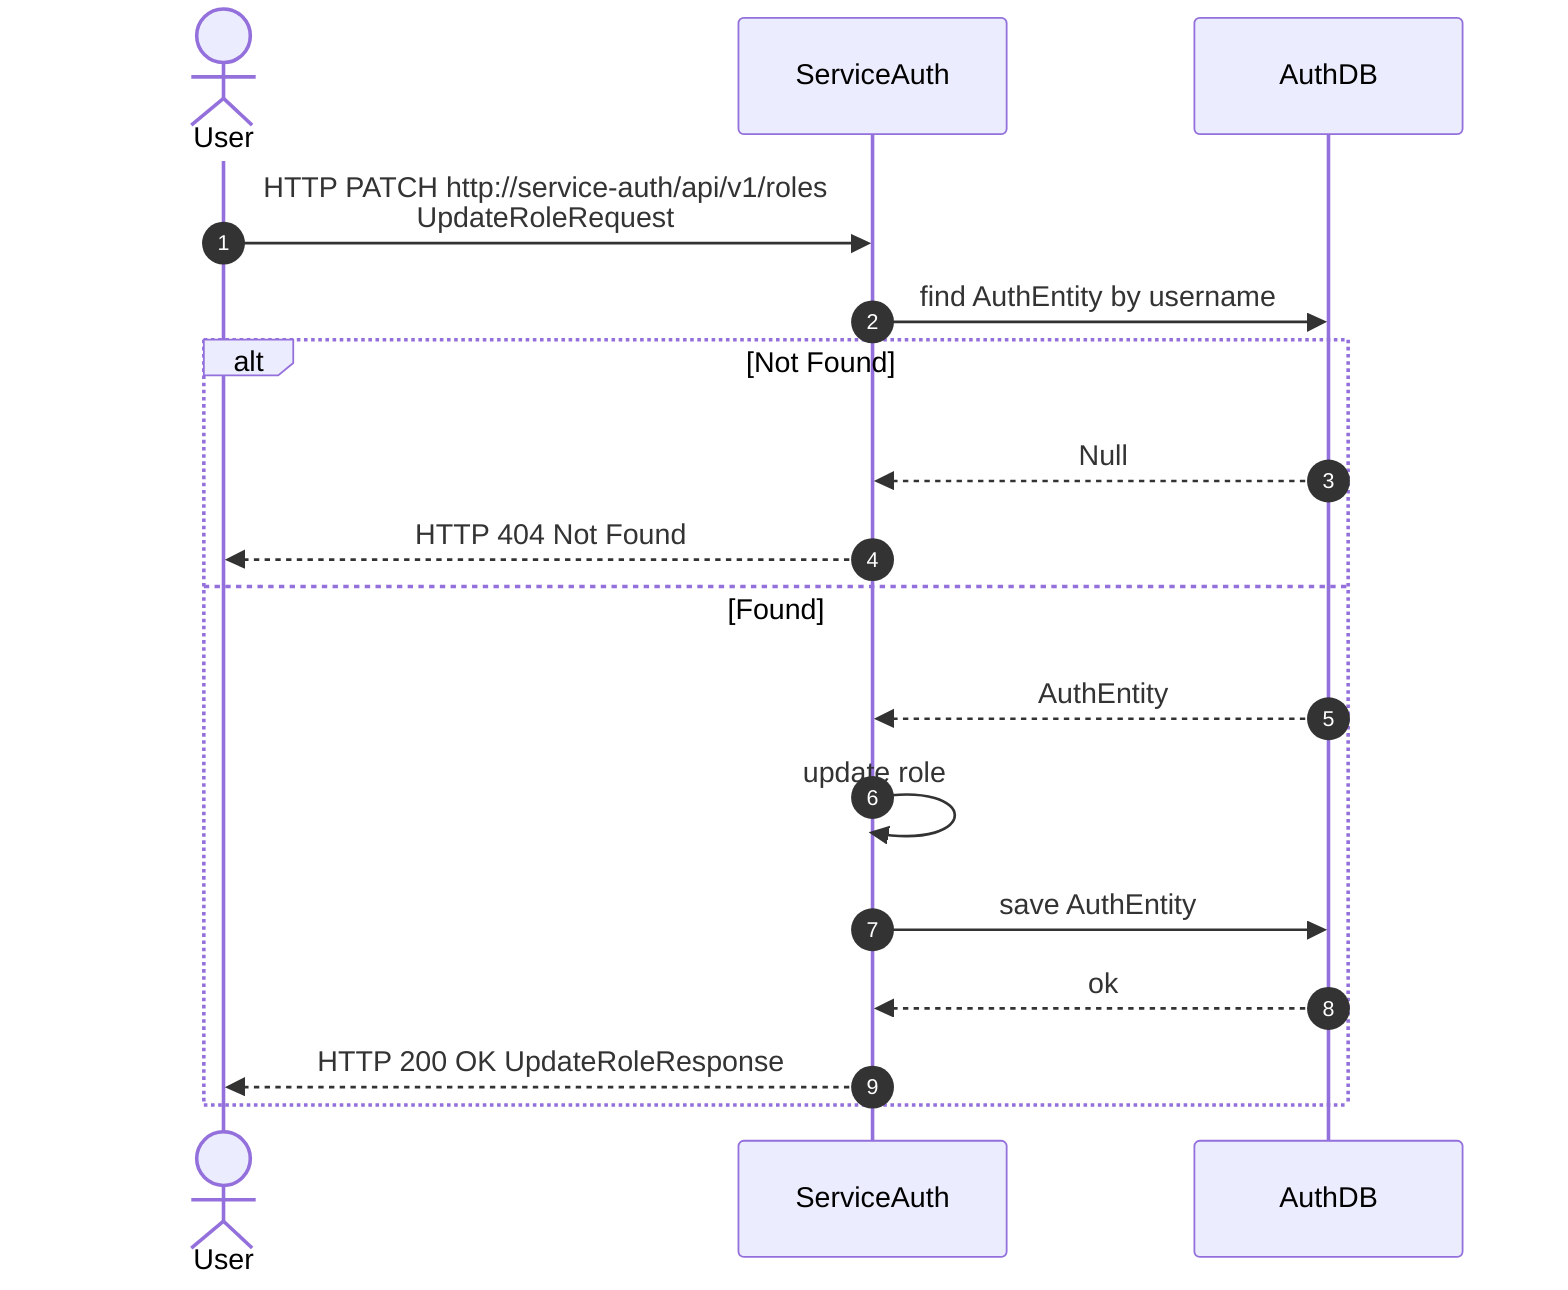
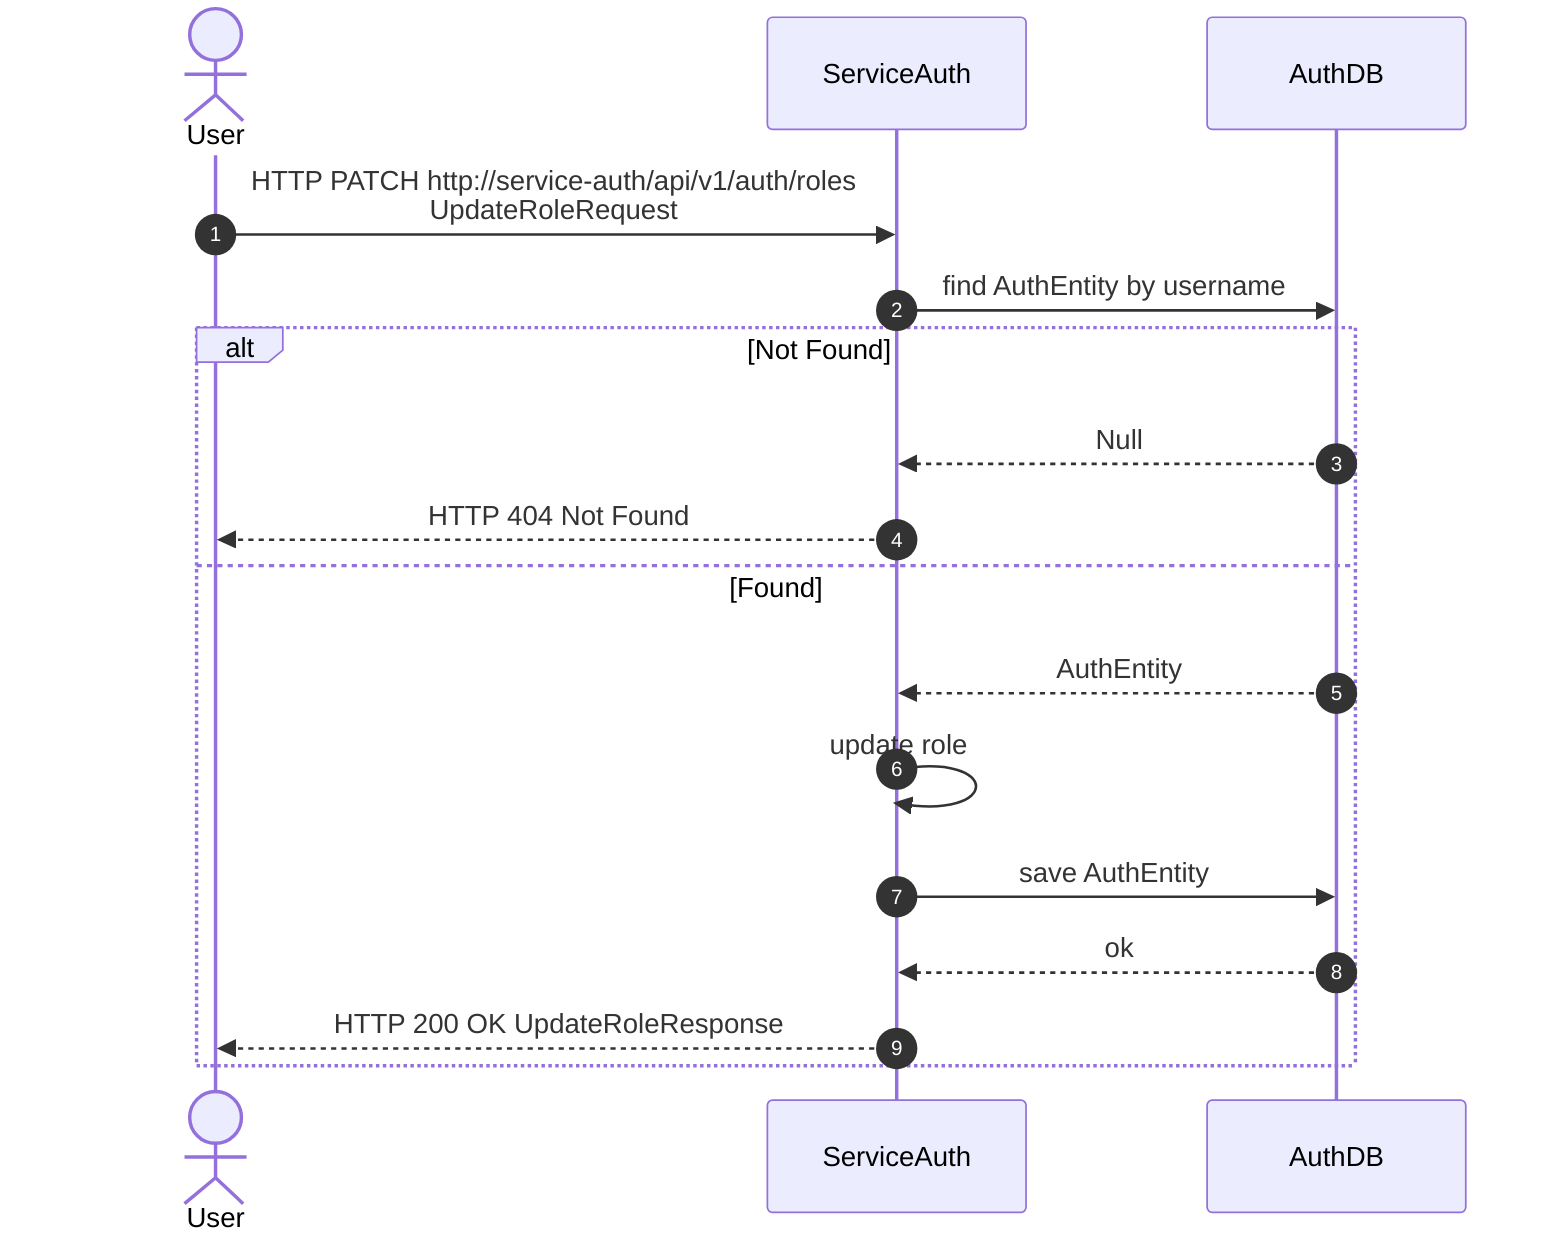
sequenceDiagram
    autonumber
    actor User
    participant ServiceAuth
    participant AuthDB

-     User             ->>  ServiceAuth   :   HTTP PATCH http://service-auth/api/v1/roles <br/>UpdateRoleRequest
+     User             ->>  ServiceAuth   :   HTTP PATCH http://service-auth/api/v1/auth/roles <br/>UpdateRoleRequest
    ServiceAuth      ->>  AuthDB        :   find AuthEntity by username
    alt Not Found
        AuthDB       -->> ServiceAuth   :   Null
        ServiceAuth  -->> User          :   HTTP 404 Not Found
    else Found
        AuthDB       -->> ServiceAuth   :   AuthEntity
        ServiceAuth  ->>  ServiceAuth   :   update role
        ServiceAuth  ->>  AuthDB        :   save AuthEntity
        AuthDB       -->> ServiceAuth   :   ok
        ServiceAuth  -->> User          :   HTTP 200 OK UpdateRoleResponse
    end